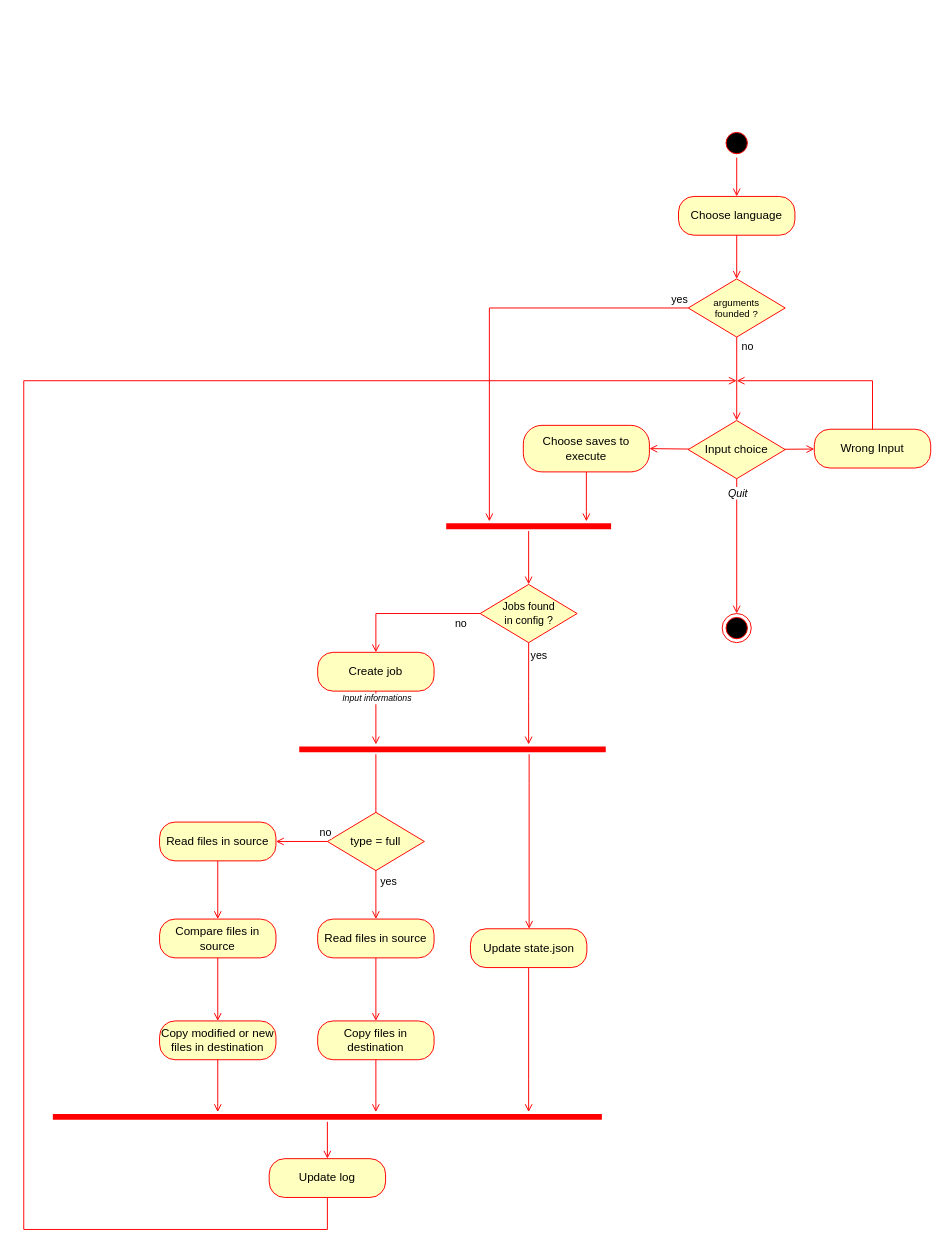
Fire-90/CESI_Genie_Logiciel keeps this draw.io diagram as Diagrams/Activity.drawio. Above is the earlier version. Source tidied: cells renumbered, new cells numbered last; positions are measured from the earlier drawing's top-left corner, leaving out a move shared by most shapes. Both pictures are drawn from the tidied source at 97%, with x=0, y=0 at pixel (23, 128).
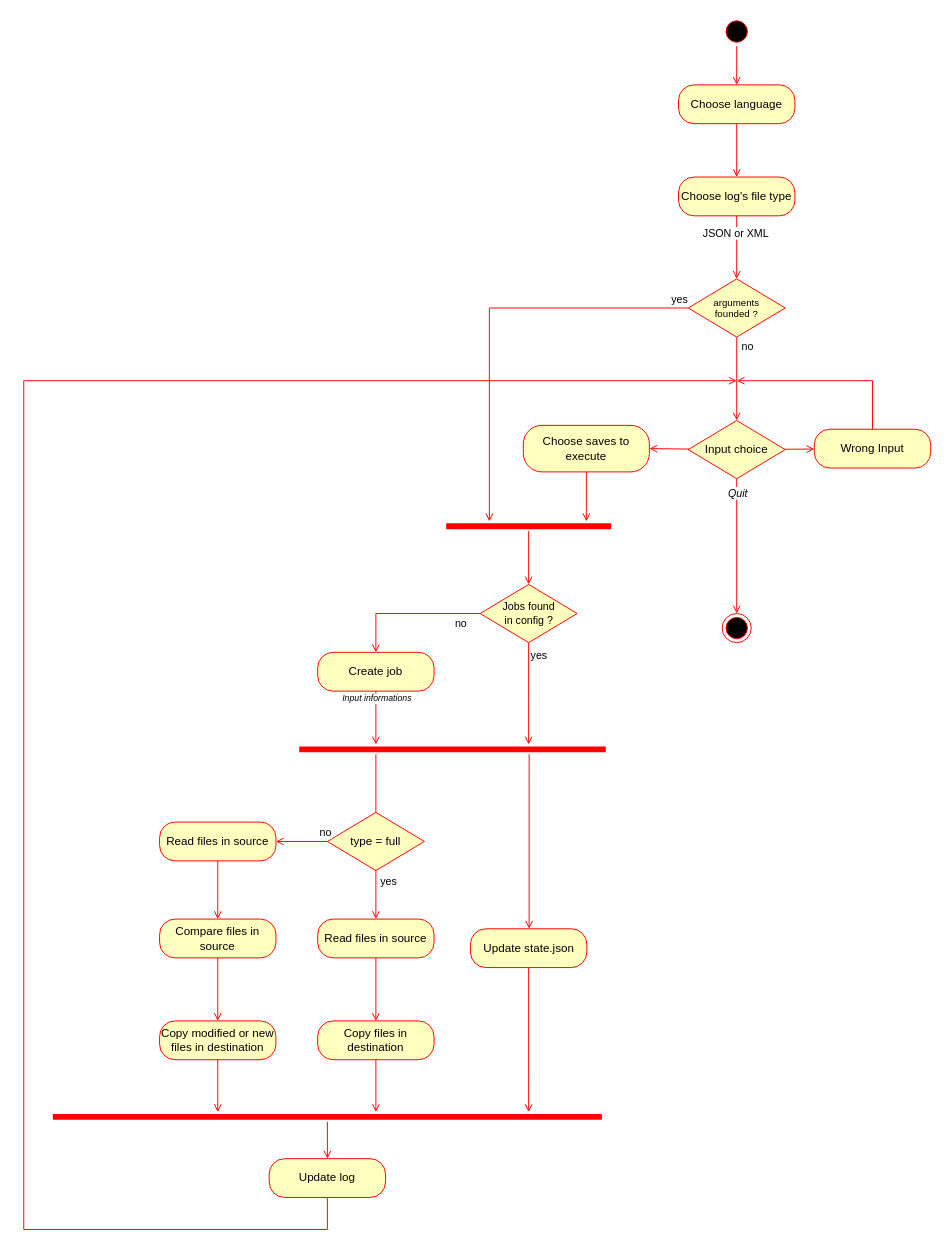
The same page after the edit.

Commit message (it also covers changes not shown here):
Activity and Use Case Modification

The change refers to these unchanged cells:
```xml
<mxCell id="27" value="arguments&lt;div&gt;founded ?&lt;/div&gt;" style="rhombus;whiteSpace=wrap;html=1;fontColor=#000000;fillColor=#ffffc0;strokeColor=#ff0000;fontSize=10;" parent="1" vertex="1">
  <mxGeometry x="685" y="155" width="100" height="60" as="geometry" />
</mxCell>
```

What changed in the source:
```diff
@@
     <mxCell id="2" style="ellipse;html=1;shape=startState;fillColor=#000000;strokeColor=#ff0000;" parent="1" vertex="1">
-      <mxGeometry x="720" width="30" height="30" as="geometry" />
+      <mxGeometry x="720" y="-115" width="30" height="30" as="geometry" />
     </mxCell>
@@
     <mxCell id="4" value="Choose language" style="rounded=1;whiteSpace=wrap;html=1;arcSize=40;fontColor=#000000;fillColor=#ffffc0;strokeColor=#ff0000;" parent="1" vertex="1">
-      <mxGeometry x="675" y="70" width="120" height="40" as="geometry" />
+      <mxGeometry x="675" y="-45" width="120" height="40" as="geometry" />
     </mxCell>
@@
-    <mxCell id="28" style="html=1;verticalAlign=bottom;endArrow=open;endSize=6;strokeColor=#ff0000;rounded=0;endFill=0;startSize=6;" parent="1" edge="1" source="4" target="27">
-      <mxGeometry relative="1" as="geometry" />
-    </mxCell>
@@
+    <mxCell id="53" value="Choose log's file type" style="rounded=1;whiteSpace=wrap;html=1;arcSize=40;fontColor=#000000;fillColor=#ffffc0;strokeColor=#ff0000;" parent="1" vertex="1">
+      <mxGeometry x="675" y="50" width="120" height="40" as="geometry" />
+    </mxCell>
+    <mxCell id="54" style="html=1;verticalAlign=bottom;endArrow=open;endSize=6;strokeColor=#ff0000;rounded=0;startSize=6;" parent="1" edge="1" source="4" target="53">
+      <mxGeometry relative="1" as="geometry" />
+    </mxCell>
+    <mxCell id="55" style="html=1;verticalAlign=bottom;endArrow=open;endSize=6;strokeColor=#ff0000;rounded=0;startSize=6;" parent="1" edge="1" source="53" target="27">
+      <mxGeometry relative="1" as="geometry" />
+    </mxCell>
+    <mxCell id="56" value="JSON or XML" style="edgeLabel;html=1;align=center;verticalAlign=middle;" parent="55" vertex="1">
+      <mxGeometry x="-0.48" y="-2" relative="1" as="geometry" />
+    </mxCell>
```
